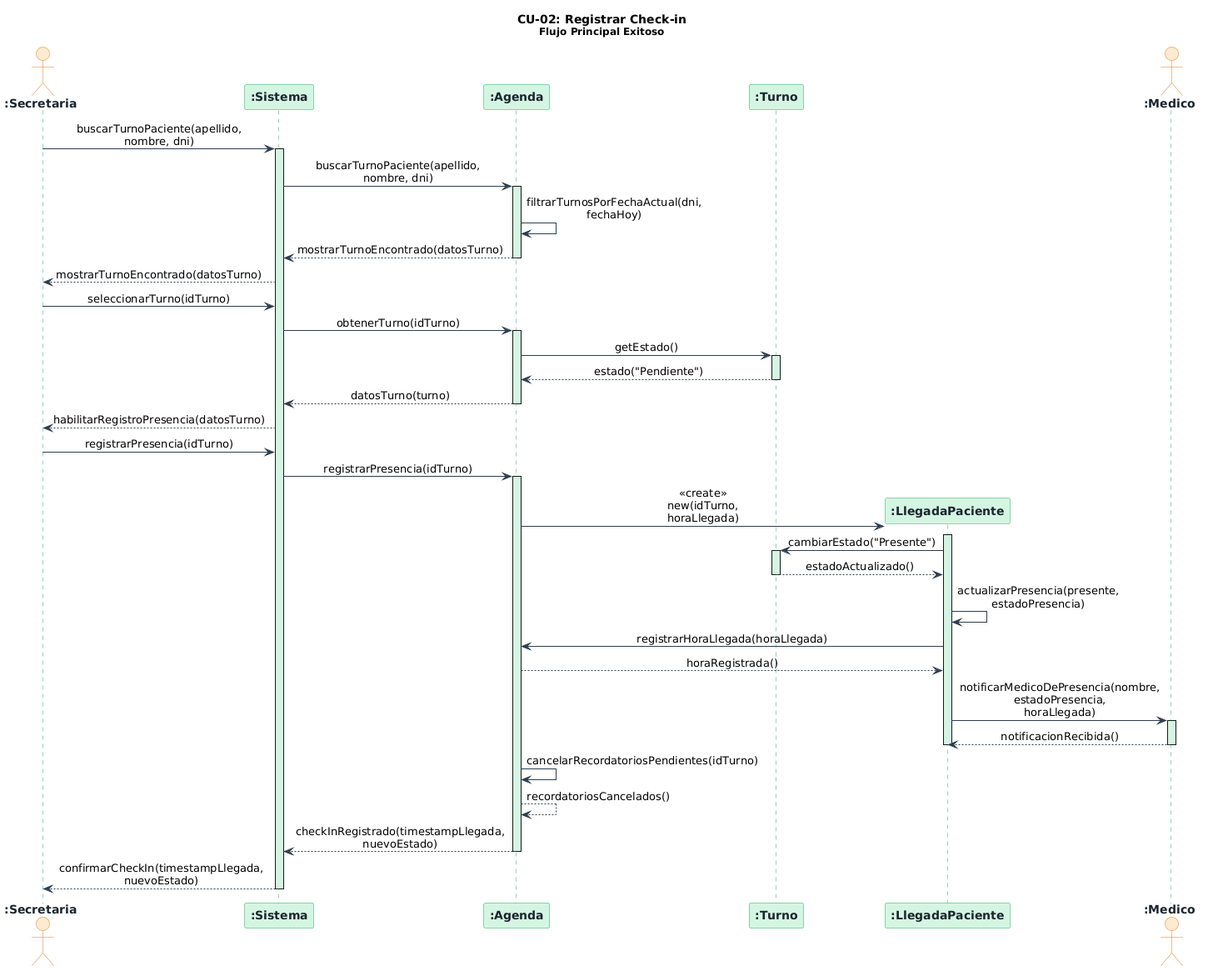
angelgc9107-lgtm/SistemaTurnosMedicos_GP6 keeps this PlantUML diagram as diagramas/05-diagramas-secuencia/05-cu02-registrar-checkin.png. Above is the earlier version.
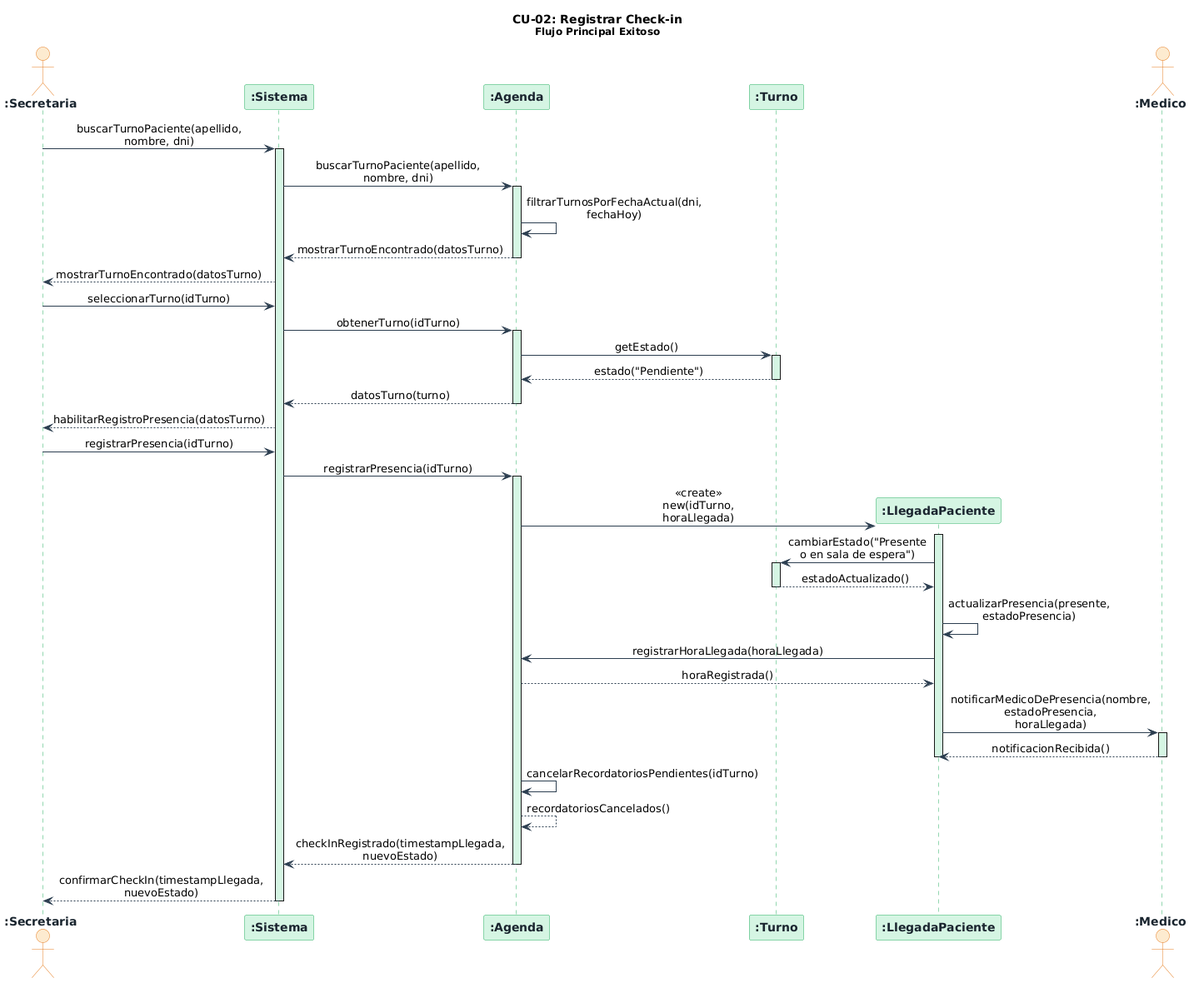
Above is the later version.

Change to the diagram source:
```diff
@@ -59,7 +59,7 @@
 agenda      ->  llegadaPaciente : <<create>>\nnew(idTurno, horaLlegada)
 activate llegadaPaciente
 
-llegadaPaciente ->  turno       : cambiarEstado("Presente")
+llegadaPaciente ->  turno       : cambiarEstado("Presente o en sala de espera")
 activate turno
 turno       -->  llegadaPaciente : estadoActualizado()
 deactivate turno
```
